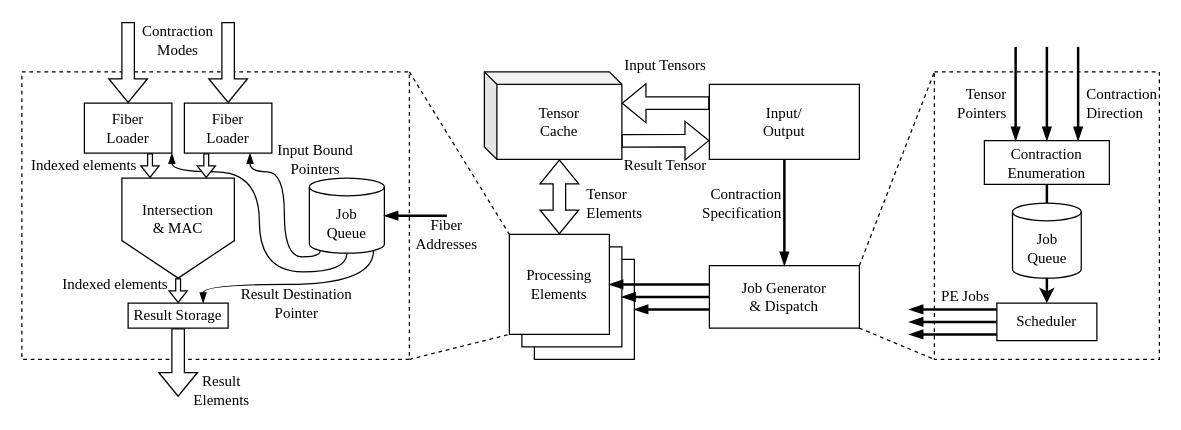
Above: doc/architecture.drawio in OSU-STARLAB/CROSS-mini (draw.io), before the change. Source tidied: cells renumbered, new cells numbered last; positions are measured from the earlier drawing's top-left corner, leaving out a move shared by most shapes. Both pictures are drawn from the tidied source at 125%, with x=0, y=0 at pixel (21, 21).
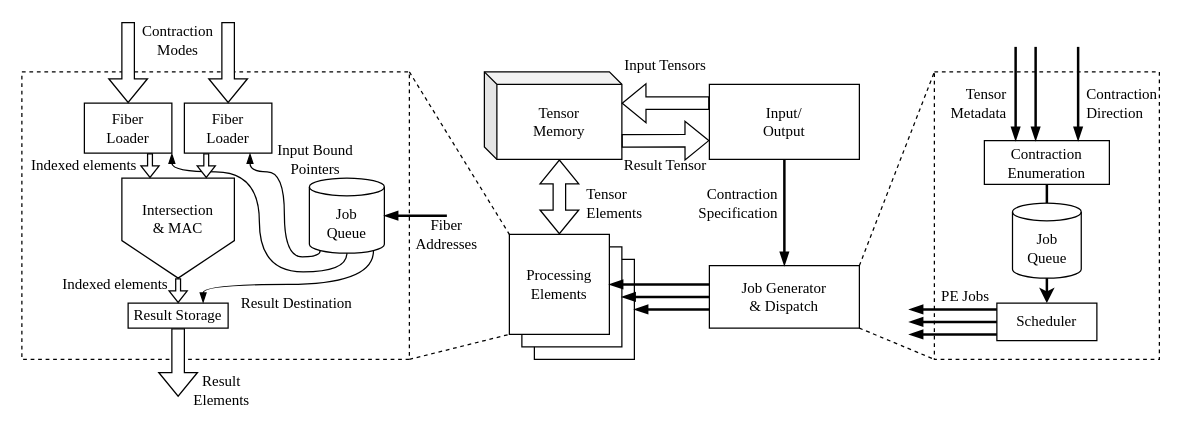
The same diagram, later.

Unchanged cells that the change refers to:
```xml
<mxCell id="52" value="Contraction Enumeration" style="rounded=0;whiteSpace=wrap;html=1;strokeWidth=1;fontFamily=Times New Roman;fillColor=none;" parent="1" vertex="1">
  <mxGeometry x="770" y="95" width="100" height="35" as="geometry" />
</mxCell>
```

What changed in the source:
```diff
@@
-    <mxCell id="3" value="&lt;div&gt;Tensor&lt;/div&gt;&lt;div&gt;Cache&lt;/div&gt;" style="shape=cube;whiteSpace=wrap;html=1;boundedLbl=1;backgroundOutline=1;darkOpacity=0.05;darkOpacity2=0.1;size=10;fontFamily=Times New Roman;" parent="1" vertex="1">
+    <mxCell id="3" value="&lt;div&gt;Tensor&lt;/div&gt;&lt;div&gt;Memory&lt;/div&gt;" style="shape=cube;whiteSpace=wrap;html=1;boundedLbl=1;backgroundOutline=1;darkOpacity=0.05;darkOpacity2=0.1;size=10;fontFamily=Times New Roman;" parent="1" vertex="1">
       <mxGeometry x="370" y="40" width="110" height="70" as="geometry" />
     </mxCell>
@@
-    <mxCell id="34" value="Result Destination Pointer" style="text;html=1;strokeColor=none;fillColor=none;align=center;verticalAlign=middle;whiteSpace=wrap;rounded=0;strokeWidth=1;fontFamily=Times New Roman;" parent="1" vertex="1">
+    <mxCell id="34" value="Result Destination" style="text;html=1;strokeColor=none;fillColor=none;align=center;verticalAlign=middle;whiteSpace=wrap;rounded=0;strokeWidth=1;fontFamily=Times New Roman;" parent="1" vertex="1">
       <mxGeometry x="170" y="210" width="100" height="30" as="geometry" />
     </mxCell>
@@
     <mxCell id="39" value="&lt;div&gt;Contraction&lt;/div&gt;&lt;div&gt;Specification&lt;br&gt;&lt;/div&gt;" style="text;html=1;strokeColor=none;fillColor=none;align=right;verticalAlign=middle;whiteSpace=wrap;rounded=0;strokeWidth=1;fontFamily=Times New Roman;" parent="1" vertex="1">
-      <mxGeometry x="530" y="130" width="80" height="30" as="geometry" />
+      <mxGeometry x="527" y="130" width="80" height="30" as="geometry" />
     </mxCell>
@@
-    <mxCell id="55" style="endArrow=blockThin;html=1;strokeWidth=2;rounded=0;endFill=1;entryX=0.5;entryY=0;entryDx=0;entryDy=0;" parent="1" edge="1" target="52">
+    <mxCell id="55" style="endArrow=blockThin;html=1;strokeWidth=2;rounded=0;endFill=1;entryX=0.5;entryY=0;entryDx=0;entryDy=0;" parent="1" edge="1">
       <mxGeometry relative="1" as="geometry">
-        <mxPoint x="820" y="20" as="sourcePoint" />
+        <mxPoint x="811" y="20" as="sourcePoint" />
+        <mxPoint x="811" y="95" as="targetPoint" />
       </mxGeometry>
     </mxCell>
-    <mxCell id="56" value="&lt;div&gt;Tensor&lt;/div&gt;&lt;div&gt;Pointers&lt;/div&gt;" style="text;html=1;strokeColor=none;fillColor=none;align=right;verticalAlign=middle;whiteSpace=wrap;rounded=0;dashed=1;strokeWidth=1;fontFamily=Times New Roman;" parent="1" vertex="1">
+    <mxCell id="56" value="&lt;div&gt;Tensor&lt;/div&gt;&lt;div&gt;Metadata&lt;/div&gt;" style="text;html=1;strokeColor=none;fillColor=none;align=right;verticalAlign=middle;whiteSpace=wrap;rounded=0;dashed=1;strokeWidth=1;fontFamily=Times New Roman;" parent="1" vertex="1">
       <mxGeometry x="740" y="50" width="50" height="30" as="geometry" />
     </mxCell>
```
